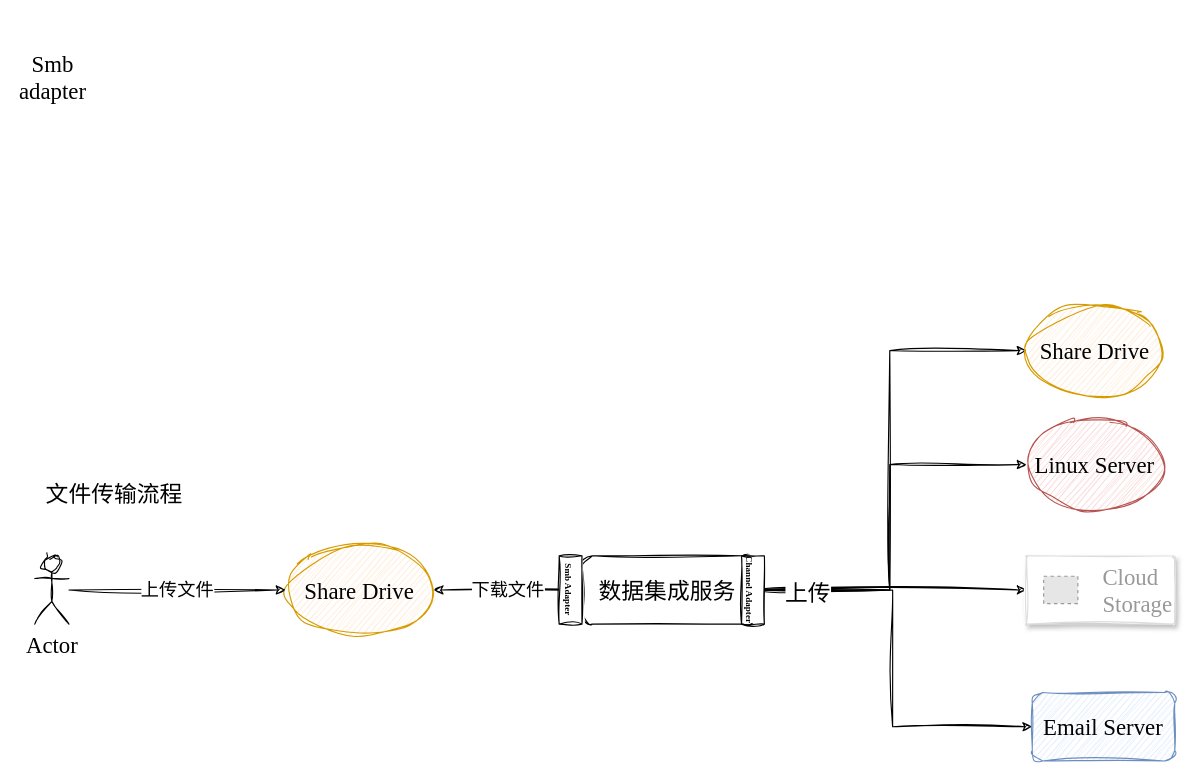
Earlier version of the draw.io diagram SMB Usecase.drawio (EvanLeung08/eshare-architect-doc). Source tidied: cells renumbered, new cells numbered last; positions are measured from the earlier drawing's top-left corner, leaving out a move shared by most shapes. Both pictures are drawn from the tidied source at 114%, with x=0, y=0 at pixel (24, 19). Pictures stored in the file or linked from it are replaced by grey dashed boxes.
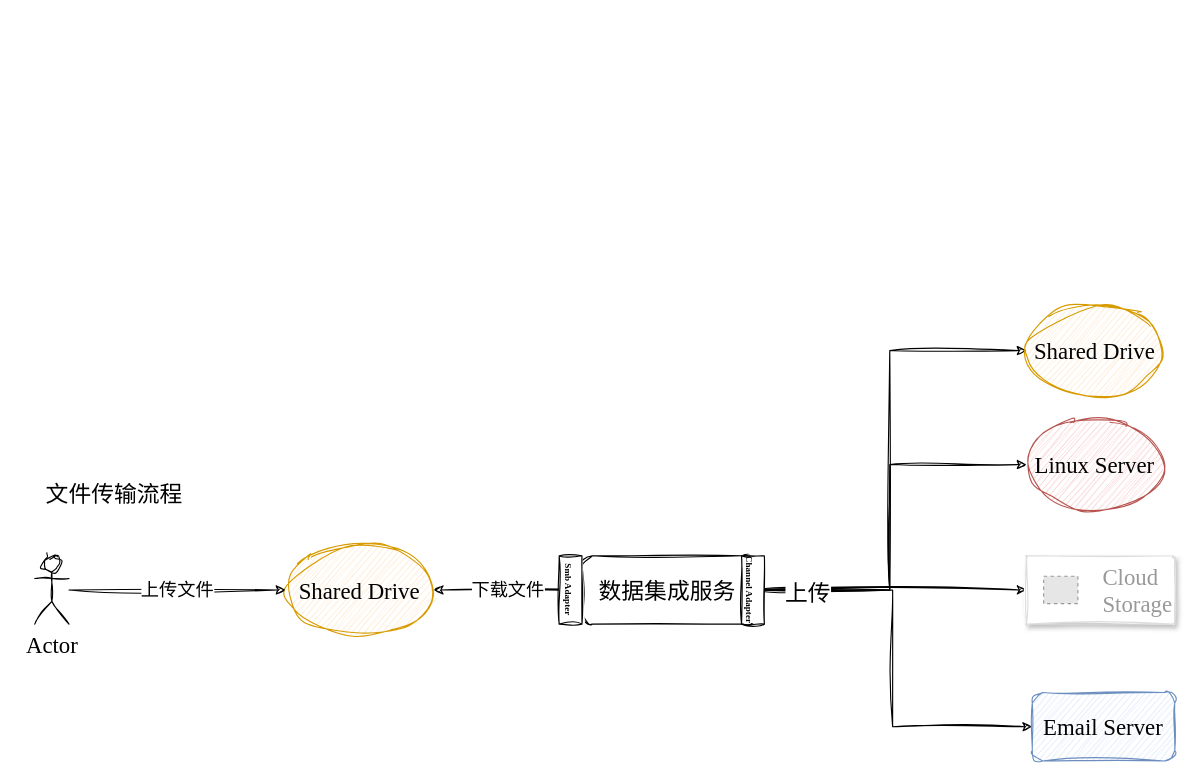
Above is the later version.

What changed in the source:
```diff
@@
-    <mxCell id="2" value="Share Drive" style="ellipse;whiteSpace=wrap;html=1;sketch=1;hachureGap=4;jiggle=2;curveFitting=1;fontFamily=Times New Roman;fontSize=20;fillColor=#ffe6cc;strokeColor=#d79b00;" parent="1" vertex="1">
+    <mxCell id="2" value="Shared Drive" style="ellipse;whiteSpace=wrap;html=1;sketch=1;hachureGap=4;jiggle=2;curveFitting=1;fontFamily=Times New Roman;fontSize=20;fillColor=#ffe6cc;strokeColor=#d79b00;" parent="1" vertex="1">
       <mxGeometry x="229" y="460" width="130" height="80" as="geometry" />
     </mxCell>
@@
-    <mxCell id="13" value="Smb adapter" style="text;html=1;strokeColor=none;fillColor=none;align=center;verticalAlign=middle;whiteSpace=wrap;rounded=0;fontSize=20;fontFamily=Times New Roman;flipH=1;" parent="1" vertex="1">
-      <mxGeometry width="50" height="100" as="geometry" />
-    </mxCell>
@@
-    <mxCell id="20" value="Share Drive" style="ellipse;whiteSpace=wrap;html=1;sketch=1;hachureGap=4;jiggle=2;curveFitting=1;fontFamily=Times New Roman;fontSize=20;fillColor=#ffe6cc;strokeColor=#d79b00;" parent="1" vertex="1">
+    <mxCell id="20" value="Shared Drive" style="ellipse;whiteSpace=wrap;html=1;sketch=1;hachureGap=4;jiggle=2;curveFitting=1;fontFamily=Times New Roman;fontSize=20;fillColor=#ffe6cc;strokeColor=#d79b00;" parent="1" vertex="1">
       <mxGeometry x="879" y="250" width="120" height="80" as="geometry" />
     </mxCell>
```
